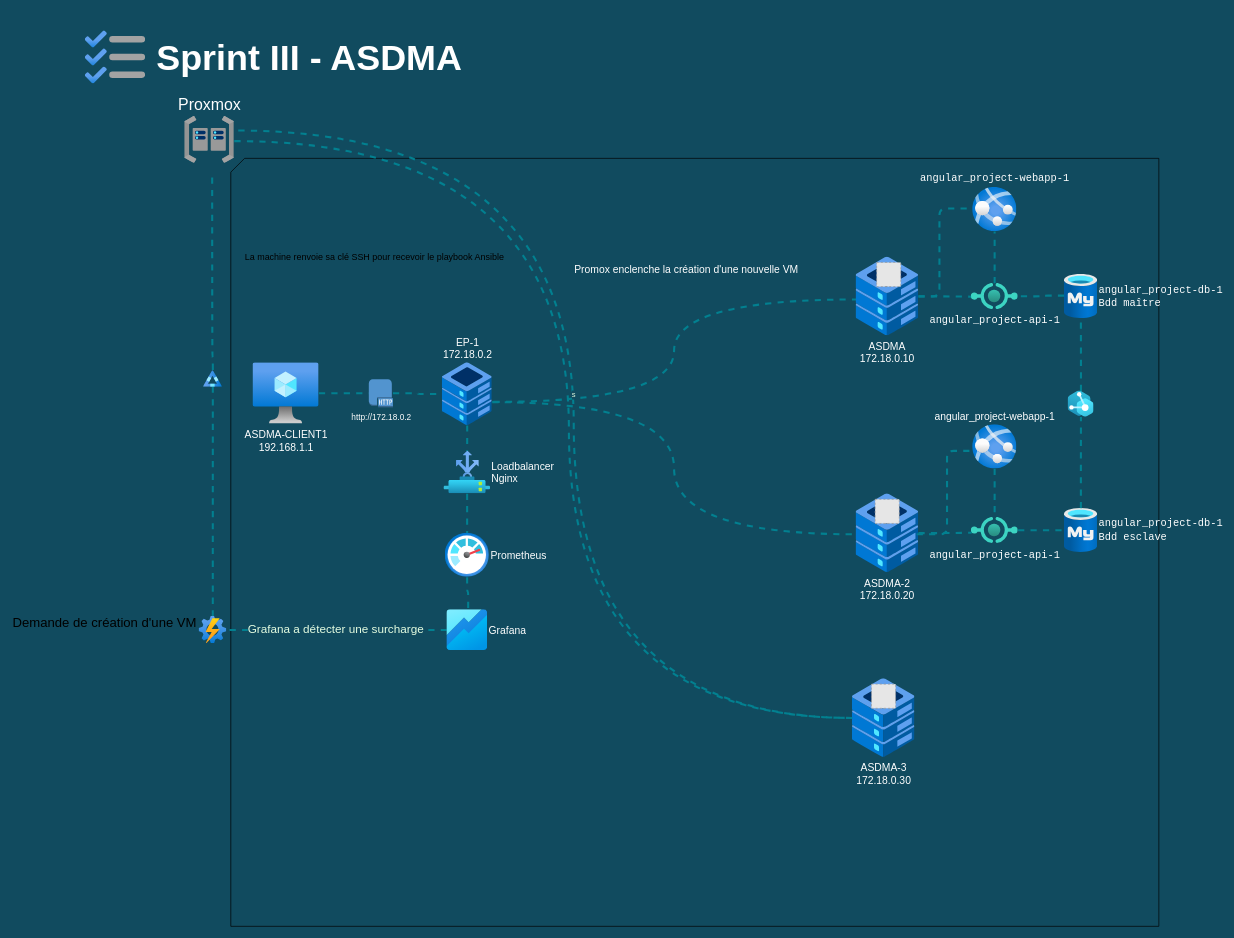
Earlier version of the draw.io diagram page "Public" (1 of 12) of img/drawio_ASDMA_Sprint_III.drawio (W4RSH3LL/ASDMA). Source tidied: cells renumbered, new cells numbered last; positions are measured from the earlier drawing's top-left corner, leaving out a move shared by most shapes. Both pictures are drawn from the tidied source at 69%, with x=0, y=0 at pixel (85, 30). Pictures stored in the file or linked from it are replaced by grey dashed boxes.
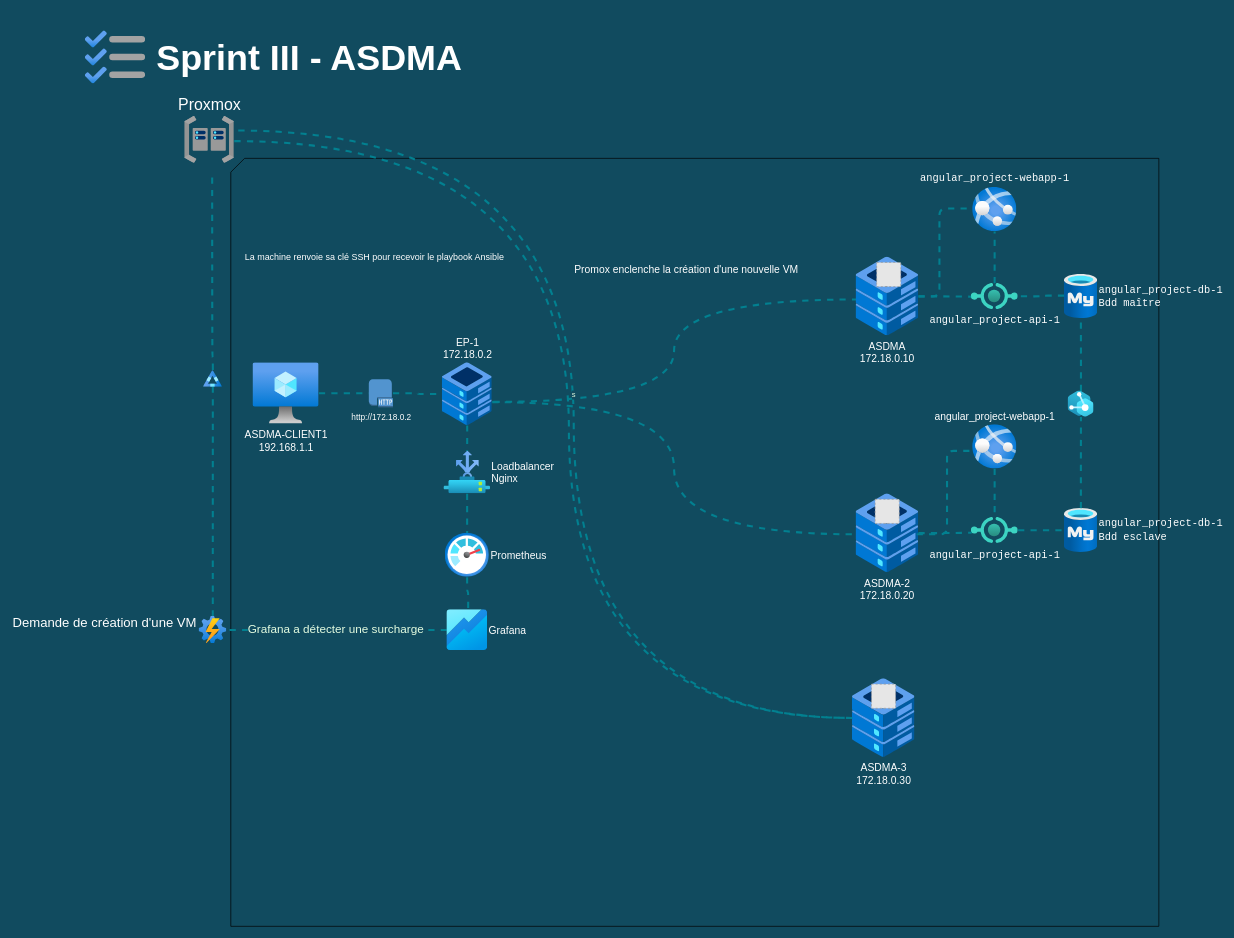
Above is the later version.

The change refers to these unchanged cells:
```xml
<mxCell id="48" style="edgeStyle=orthogonalEdgeStyle;rounded=1;jettySize=auto;html=1;entryX=0.986;entryY=1.044;entryDx=0;entryDy=0;entryPerimeter=0;dashed=1;comic=0;strokeColor=#028090;strokeWidth=3;align=center;verticalAlign=middle;fontFamily=Helvetica;fontSize=11;fontColor=#E4FDE1;labelBackgroundColor=#114B5F;endArrow=none;endFill=0;flowAnimation=1;curved=1;fillColor=#F45B69;" parent="1" edge="1" source="52">
  <mxGeometry relative="1" as="geometry">
    <mxPoint x="184" y="206" as="targetPoint" />
    <Array as="points">
      <mxPoint x="185" y="473" />
      <mxPoint x="184" y="473" />
    </Array>
  </mxGeometry>
</mxCell>
<mxCell id="56" value="s" style="edgeStyle=orthogonalEdgeStyle;rounded=1;jettySize=auto;html=1;entryX=1.04;entryY=0.304;entryDx=0;entryDy=0;entryPerimeter=0;dashed=1;comic=0;strokeColor=#028090;strokeWidth=3;align=center;verticalAlign=middle;fontFamily=Helvetica;fontSize=11;fontColor=#E4FDE1;labelBackgroundColor=#114B5F;endArrow=none;endFill=0;flowAnimation=1;curved=1;fillColor=#F45B69;" parent="1" edge="1" source="54" target="47">
  <mxGeometry relative="1" as="geometry">
    <Array as="points">
      <mxPoint x="708" y="996" />
      <mxPoint x="708" y="145" />
    </Array>
  </mxGeometry>
</mxCell>
```

What changed in the source:
```diff
@@
-    <mxCell id="49" value="Demande de création d'une VM" style="edgeLabel;html=1;align=center;verticalAlign=middle;labelBackgroundColor=none;fontSize=19;" parent="48" vertex="1">
+    <mxCell id="49" value="Demande de création d'une VM" style="edgeLabel;html=1;align=center;verticalAlign=middle;labelBackgroundColor=none;fontSize=19;fontColor=#ffffff;" parent="48" vertex="1">
       <mxGeometry x="0.04" y="47" relative="1" as="geometry">
         <mxPoint x="-110" y="514" as="offset" />
       </mxGeometry>
     </mxCell>
@@
-    <mxCell id="57" value="La machine renvoie sa clé SSH pour recevoir le playbook Ansible" style="edgeLabel;html=1;align=center;verticalAlign=middle;labelBackgroundColor=none;fontSize=13;" parent="56" vertex="1">
+    <mxCell id="57" value="La machine renvoie sa clé SSH pour recevoir le playbook Ansible" style="edgeLabel;html=1;align=center;verticalAlign=middle;labelBackgroundColor=none;fontSize=13;fontColor=#FFFFFF;" parent="56" vertex="1">
       <mxGeometry x="0.14" y="27" relative="1" as="geometry">
         <mxPoint x="-263" y="-78" as="offset" />
       </mxGeometry>
     </mxCell>
```
